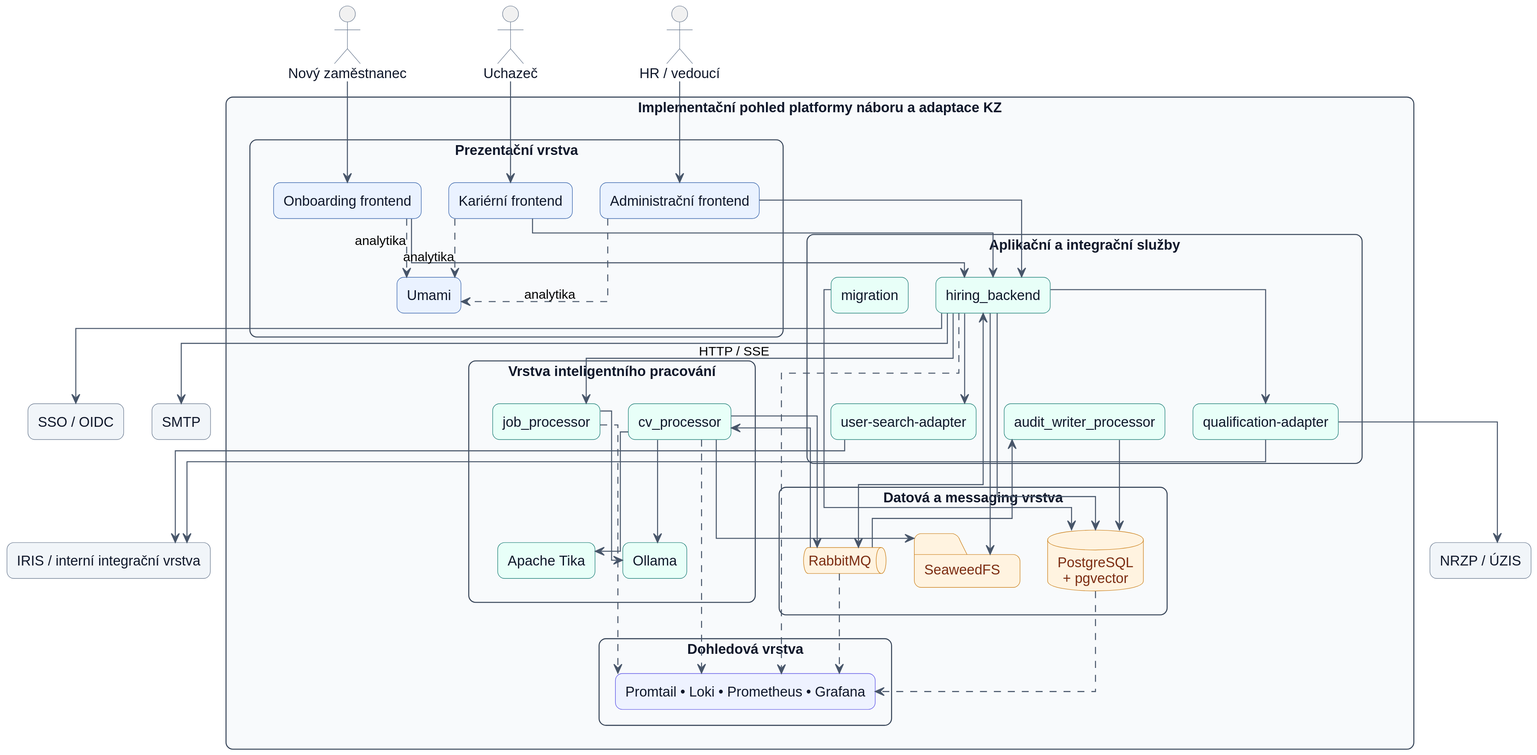
The PlantUML diagram procesy/architecture-implementation-16x9.svg in pavelvachaaa/diploma-thesis, before a commit. Its source is kept beside it as procesy/architecture-implementation-16x9.puml. The source it was exported from:
```plantuml
@startuml
top to bottom direction
hide stereotype

skinparam backgroundColor transparent
skinparam shadowing false
skinparam linetype ortho
skinparam packageStyle rectangle
skinparam defaultFontName Arial
skinparam defaultTextAlignment center
skinparam dpi 160
skinparam ranksep 26
skinparam nodesep 28
skinparam ArrowColor #475569
skinparam ArrowThickness 1.0
skinparam RoundCorner 14

skinparam rectangle {
  BackgroundColor #F8FAFC
  BorderColor #334155
  FontColor #0F172A
}

skinparam rectangle<<frontend>> {
  BackgroundColor #EAF2FF
  BorderColor #2B5AA6
}

skinparam rectangle<<service>> {
  BackgroundColor #E8FFF8
  BorderColor #0F766E
}

skinparam rectangle<<external>> {
  BackgroundColor #F1F5F9
  BorderColor #64748B
}

skinparam rectangle<<obs>> {
  BackgroundColor #EEF2FF
  BorderColor #4F46E5
}

skinparam database {
  BackgroundColor #FFF3E0
  BorderColor #C97A10
  FontColor #7C2D12
}

skinparam folder {
  BackgroundColor #FFF3E0
  BorderColor #C97A10
  FontColor #7C2D12
}

skinparam queue {
  BackgroundColor #FFF3E0
  BorderColor #C97A10
  FontColor #7C2D12
}

skinparam actor {
  BorderColor #64748B
  FontColor #0F172A
}

actor "Uchazeč" as Candidate
actor "HR / vedoucí" as Hr
actor "Nový zaměstnanec" as Employee

rectangle "Implementační pohled platformy náboru a adaptace KZ" {
  package "Prezentační vrstva" {
    together {
      rectangle "Kariérní frontend" <<frontend>> as CareerFe
      rectangle "Administrační frontend" <<frontend>> as AdminFe
      rectangle "Onboarding frontend" <<frontend>> as OnboardFe
      rectangle "Umami" <<frontend>> as Umami
    }
  }

  package "Aplikační a integrační služby" {
    together {
      rectangle "migration" <<service>> as Migration
      rectangle "hiring_backend" <<service>> as Backend
      rectangle "qualification-adapter" <<service>> as Qualification
      rectangle "user-search-adapter" <<service>> as UserSearch
      rectangle "audit_writer_processor" <<service>> as AuditWriter
    }
  }

  package "Datová a messaging vrstva" {
    together {
      database "PostgreSQL\n+ pgvector" as DB
      folder "SeaweedFS" as S3
      queue "RabbitMQ" as MQ
    }
  }

  package "Vrstva inteligentního pracování" {
    together {
      rectangle "cv_processor" <<service>> as CvProcessor
      rectangle "job_processor" <<service>> as JobProcessor
      rectangle "Apache Tika" <<service>> as Tika
      rectangle "Ollama" <<service>> as Ollama
    }
  }

  package "Dohledová vrstva" {
    rectangle "Promtail • Loki • Prometheus • Grafana" <<obs>> as Observability
  }
}

rectangle "SSO / OIDC" <<external>> as SSO
rectangle "SMTP" <<external>> as SMTP
rectangle "IRIS / interní integrační vrstva" <<external>> as Iris
rectangle "NRZP / ÚZIS" <<external>> as Nrzp

Candidate --> CareerFe
Hr --> AdminFe
Employee --> OnboardFe

CareerFe --> Backend
AdminFe --> Backend
OnboardFe --> Backend

CareerFe ..> Umami : analytika
AdminFe ..> Umami : analytika
OnboardFe ..> Umami : analytika

Migration --> DB
Backend --> DB
Backend --> S3
Backend <--> MQ
Backend --> Qualification
Backend --> UserSearch
Backend --> JobProcessor : HTTP / SSE
Backend --> SSO
Backend --> SMTP

Qualification --> Iris
Qualification --> Nrzp
UserSearch --> Iris

MQ --> AuditWriter
AuditWriter --> DB

MQ --> CvProcessor
CvProcessor --> S3
CvProcessor --> Tika
CvProcessor --> Ollama
CvProcessor --> MQ

JobProcessor --> Ollama

Backend ..> Observability
CvProcessor ..> Observability
JobProcessor ..> Observability
MQ ..> Observability
DB ..> Observability

CareerFe -[hidden]right-> AdminFe
AdminFe -[hidden]right-> OnboardFe
OnboardFe -[hidden]right-> Umami
Migration -[hidden]right-> Backend
Backend -[hidden]right-> Qualification
Qualification -[hidden]right-> UserSearch
UserSearch -[hidden]right-> AuditWriter
DB -[hidden]right-> S3
S3 -[hidden]right-> MQ
CvProcessor -[hidden]right-> JobProcessor
JobProcessor -[hidden]right-> Tika
Tika -[hidden]right-> Ollama
SSO -[hidden]right-> SMTP
SMTP -[hidden]right-> Iris
Iris -[hidden]right-> Nrzp
@enduml
```
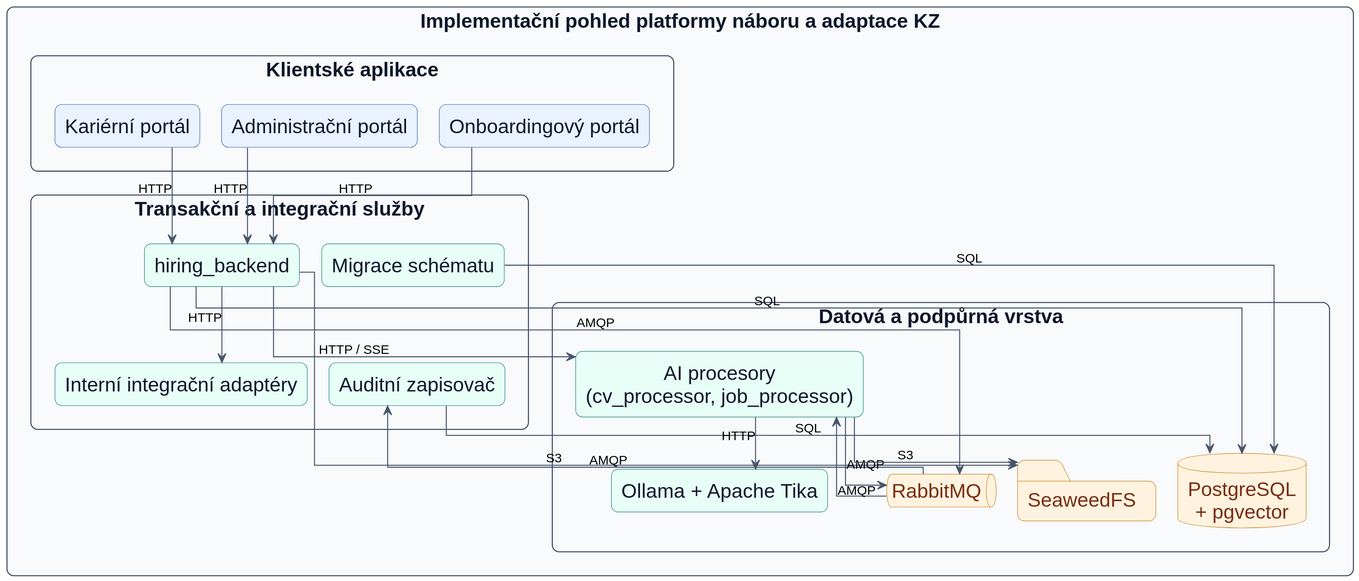
Later version of the same file.

Change to the diagram source:
```diff
@@ -7,10 +7,12 @@
 skinparam linetype ortho
 skinparam packageStyle rectangle
 skinparam defaultFontName Arial
+skinparam defaultFontSize 20
 skinparam defaultTextAlignment center
+skinparam arrowFontSize 13
 skinparam dpi 160
-skinparam ranksep 26
-skinparam nodesep 28
+skinparam ranksep 32
+skinparam nodesep 22
 skinparam ArrowColor #475569
 skinparam ArrowThickness 1.0
 skinparam RoundCorner 14
@@ -59,118 +61,63 @@
   FontColor #7C2D12
 }
 
-skinparam actor {
-  BorderColor #64748B
-  FontColor #0F172A
-}
-
-actor "Uchazeč" as Candidate
-actor "HR / vedoucí" as Hr
-actor "Nový zaměstnanec" as Employee
-
 rectangle "Implementační pohled platformy náboru a adaptace KZ" {
-  package "Prezentační vrstva" {
+  package "Klientské aplikace" {
     together {
-      rectangle "Kariérní frontend" <<frontend>> as CareerFe
-      rectangle "Administrační frontend" <<frontend>> as AdminFe
-      rectangle "Onboarding frontend" <<frontend>> as OnboardFe
-      rectangle "Umami" <<frontend>> as Umami
+      rectangle "Kariérní portál" <<frontend>> as CareerFe
+      rectangle "Administrační portál" <<frontend>> as AdminFe
+      rectangle "Onboardingový portál" <<frontend>> as OnboardFe
     }
   }
 
-  package "Aplikační a integrační služby" {
+  package "Transakční a integrační služby" {
     together {
-      rectangle "migration" <<service>> as Migration
+      rectangle "Migrace schématu" <<service>> as Migration
       rectangle "hiring_backend" <<service>> as Backend
-      rectangle "qualification-adapter" <<service>> as Qualification
-      rectangle "user-search-adapter" <<service>> as UserSearch
-      rectangle "audit_writer_processor" <<service>> as AuditWriter
+      rectangle "Interní integrační adaptéry" <<service>> as IntegrationAdapters
+      rectangle "Auditní zapisovač" <<service>> as AuditWriter
     }
   }
 
-  package "Datová a messaging vrstva" {
+  package "Datová a podpůrná vrstva" {
     together {
       database "PostgreSQL\n+ pgvector" as DB
+      queue "RabbitMQ" as MQ
       folder "SeaweedFS" as S3
-      queue "RabbitMQ" as MQ
     }
-  }
 
-  package "Vrstva inteligentního pracování" {
     together {
-      rectangle "cv_processor" <<service>> as CvProcessor
-      rectangle "job_processor" <<service>> as JobProcessor
-      rectangle "Apache Tika" <<service>> as Tika
-      rectangle "Ollama" <<service>> as Ollama
+      rectangle "AI procesory\n(cv_processor, job_processor)" <<service>> as AIProcessors
+      rectangle "Ollama + Apache Tika" <<service>> as AICore
     }
-  }
-
-  package "Dohledová vrstva" {
-    rectangle "Promtail • Loki • Prometheus • Grafana" <<obs>> as Observability
   }
 }
 
-rectangle "SSO / OIDC" <<external>> as SSO
-rectangle "SMTP" <<external>> as SMTP
-rectangle "IRIS / interní integrační vrstva" <<external>> as Iris
-rectangle "NRZP / ÚZIS" <<external>> as Nrzp
+CareerFe --> Backend : HTTP
+AdminFe --> Backend : HTTP
+OnboardFe --> Backend : HTTP
 
-Candidate --> CareerFe
-Hr --> AdminFe
-Employee --> OnboardFe
+Migration --> DB : SQL
+Backend --> DB : SQL
+Backend --> MQ : AMQP
+Backend --> S3 : S3
+Backend --> IntegrationAdapters : HTTP
+Backend --> AIProcessors : HTTP / SSE
 
-CareerFe --> Backend
-AdminFe --> Backend
-OnboardFe --> Backend
+MQ --> AuditWriter : AMQP
+AuditWriter --> DB : SQL
 
-CareerFe ..> Umami : analytika
-AdminFe ..> Umami : analytika
-OnboardFe ..> Umami : analytika
-
-Migration --> DB
-Backend --> DB
-Backend --> S3
-Backend <--> MQ
-Backend --> Qualification
-Backend --> UserSearch
-Backend --> JobProcessor : HTTP / SSE
-Backend --> SSO
-Backend --> SMTP
-
-Qualification --> Iris
-Qualification --> Nrzp
-UserSearch --> Iris
-
-MQ --> AuditWriter
-AuditWriter --> DB
-
-MQ --> CvProcessor
-CvProcessor --> S3
-CvProcessor --> Tika
-CvProcessor --> Ollama
-CvProcessor --> MQ
-
-JobProcessor --> Ollama
-
-Backend ..> Observability
-CvProcessor ..> Observability
-JobProcessor ..> Observability
-MQ ..> Observability
-DB ..> Observability
+MQ --> AIProcessors : AMQP
+AIProcessors --> S3 : S3
+AIProcessors --> AICore : HTTP
+AIProcessors --> MQ : AMQP
 
 CareerFe -[hidden]right-> AdminFe
 AdminFe -[hidden]right-> OnboardFe
-OnboardFe -[hidden]right-> Umami
 Migration -[hidden]right-> Backend
-Backend -[hidden]right-> Qualification
-Qualification -[hidden]right-> UserSearch
-UserSearch -[hidden]right-> AuditWriter
-DB -[hidden]right-> S3
-S3 -[hidden]right-> MQ
-CvProcessor -[hidden]right-> JobProcessor
-JobProcessor -[hidden]right-> Tika
-Tika -[hidden]right-> Ollama
-SSO -[hidden]right-> SMTP
-SMTP -[hidden]right-> Iris
-Iris -[hidden]right-> Nrzp
+Backend -[hidden]right-> IntegrationAdapters
+IntegrationAdapters -[hidden]right-> AuditWriter
+DB -[hidden]right-> MQ
+MQ -[hidden]right-> S3
+AIProcessors -[hidden]right-> AICore
 @enduml
```
